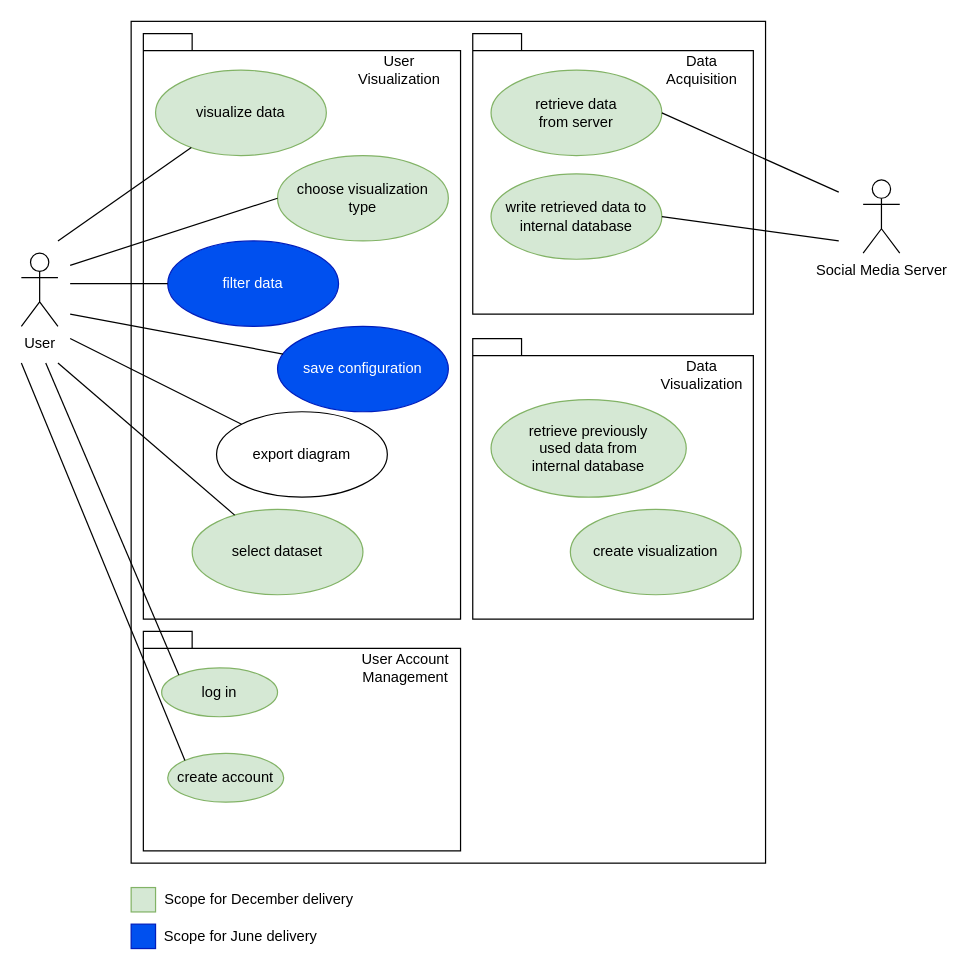
This is usecase/use_case_diagram.drawio from soshalyze/socialyze_doc, a draw.io file, before an edit. Source tidied: cells renumbered, new cells numbered last; positions are measured from the earlier drawing's top-left corner, leaving out a move shared by most shapes. Both pictures are drawn from the tidied source at 122%, with x=0, y=0 at pixel (21, 21).
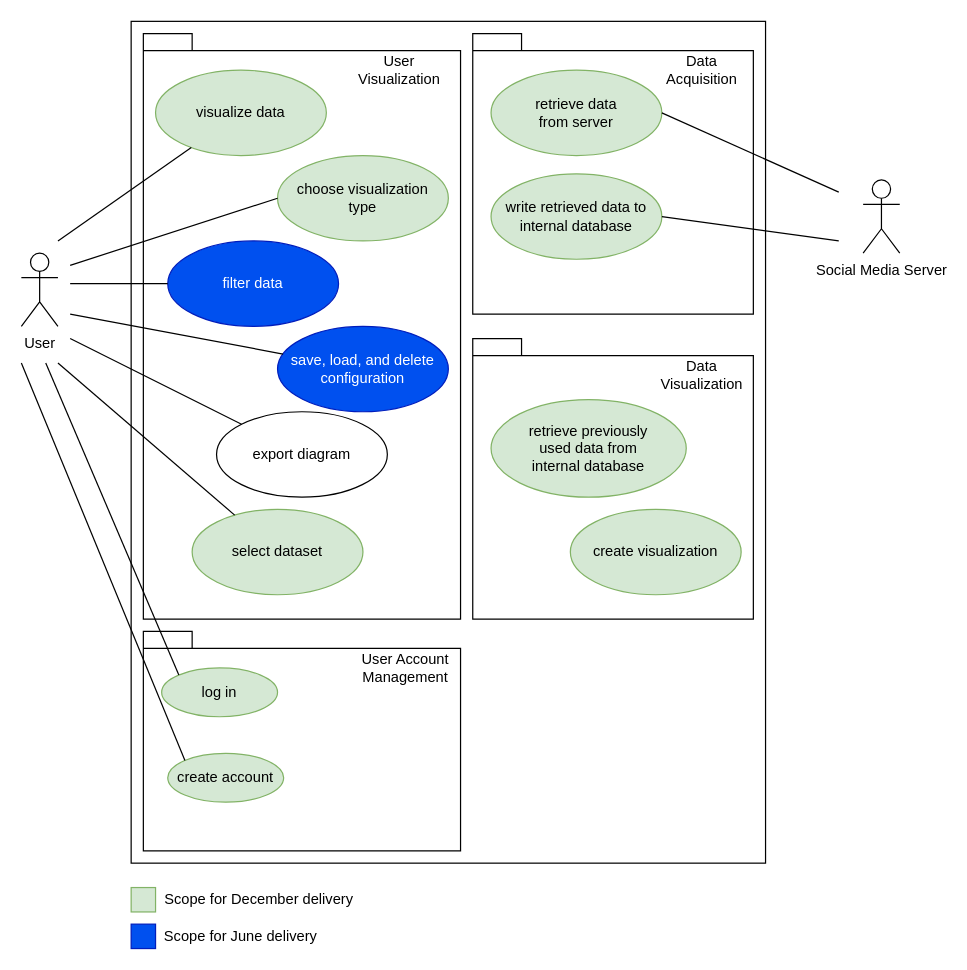
Above is the later version.

What changed in the source:
```diff
@@
-    <mxCell id="9" value="save configuration" style="ellipse;whiteSpace=wrap;html=1;fillColor=#0050ef;strokeColor=#001DBC;fontColor=#ffffff;" parent="1" vertex="1">
+    <mxCell id="9" value="save, load, and delete configuration" style="ellipse;whiteSpace=wrap;html=1;fillColor=#0050ef;strokeColor=#001DBC;fontColor=#ffffff;" parent="1" vertex="1">
       <mxGeometry x="210" y="250" width="140" height="70" as="geometry" />
     </mxCell>
```
